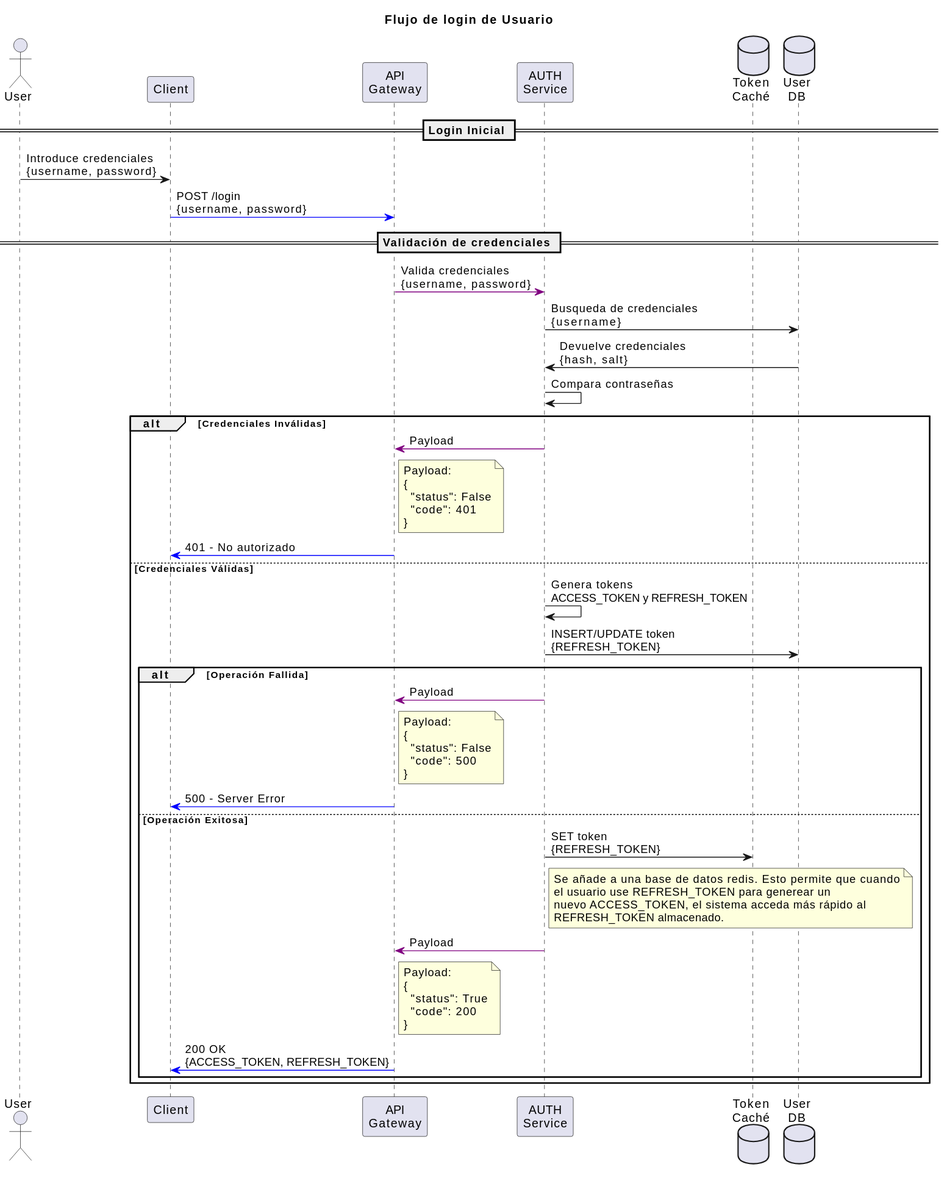
P4blo003/ikaros keeps this PlantUML diagram as diagrams/login_flow.svg. Above is the earlier version.
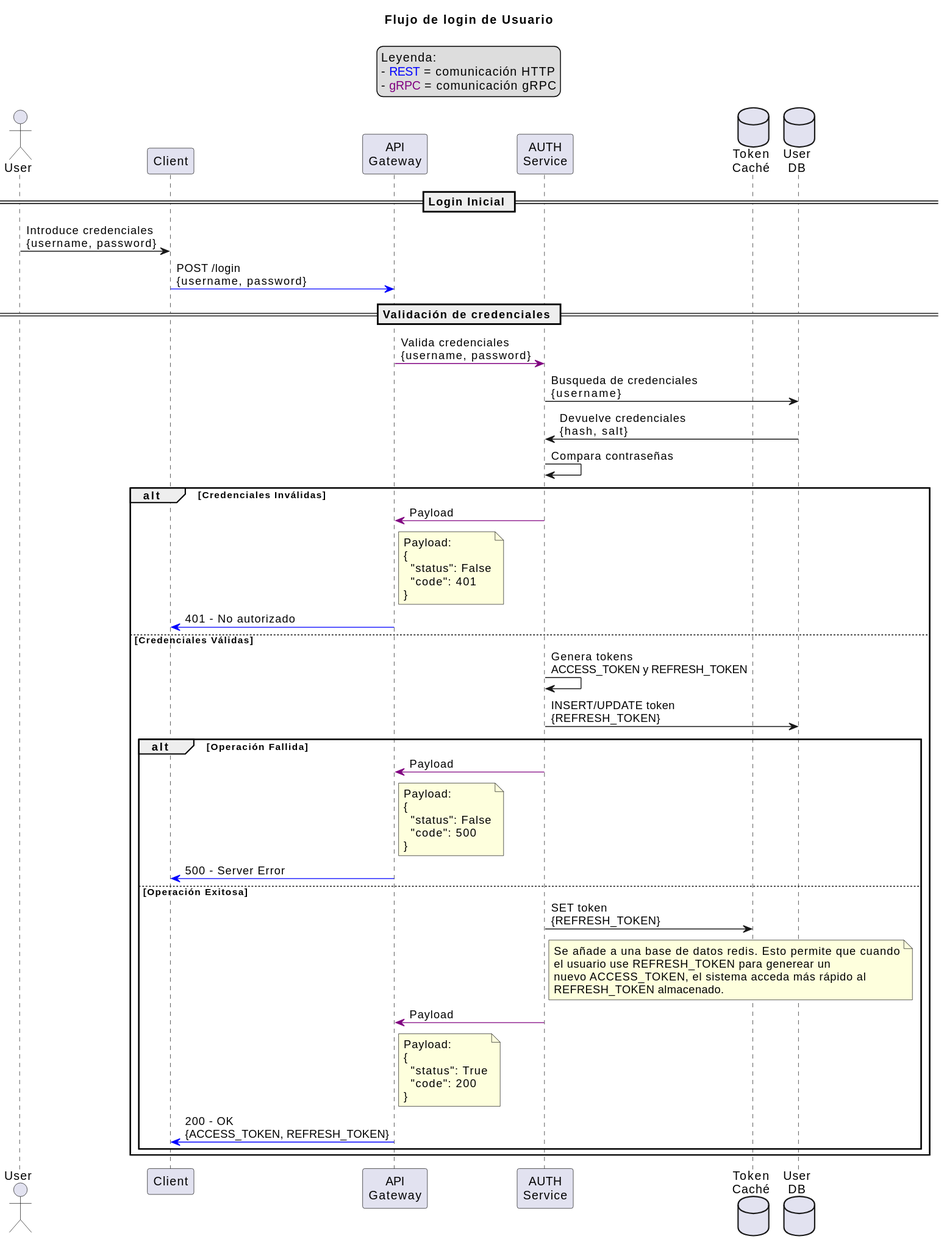
The same diagram one commit later.

Commit message:
docs(diagram): Actualizar diagramas de flujo de login y cierre de sesión de usuario.

Diff of the diagram source:
```diff
@@ -1,6 +1,11 @@
 @startuml
 title "Flujo de login de Usuario"
 
+legend top
+Leyenda:
+- <color:blue>REST</color> = comunicación HTTP
+- <color:purple>gRPC</color> = comunicación gRPC
+end legend
 
 actor User as user
 participant "Client" as client
@@ -75,7 +80,7 @@
     }
     end note
 
-    gateway-[#blue]>client: 200 OK\n{ACCESS_TOKEN, REFRESH_TOKEN}
+    gateway-[#blue]>client: 200 - OK\n{ACCESS_TOKEN, REFRESH_TOKEN}
 
   end
 end
```
